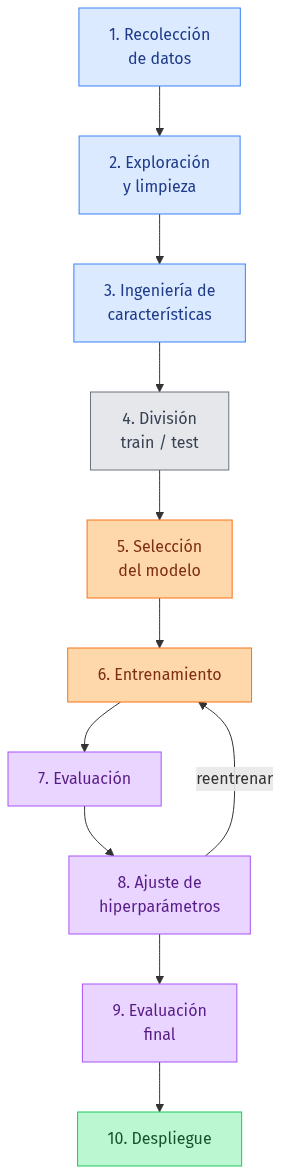
This is book/_static/generated/diagrams_pdf/es/00_fundamentos_02_conceptos_fundamentales_01.png from dmjimenezbravo/ml-teachbook-usal, a Mermaid export, as it was before one commit. Its source is kept beside it as diagram_sources/es/00_fundamentos_02_conceptos_fundamentales_01.mermaid.
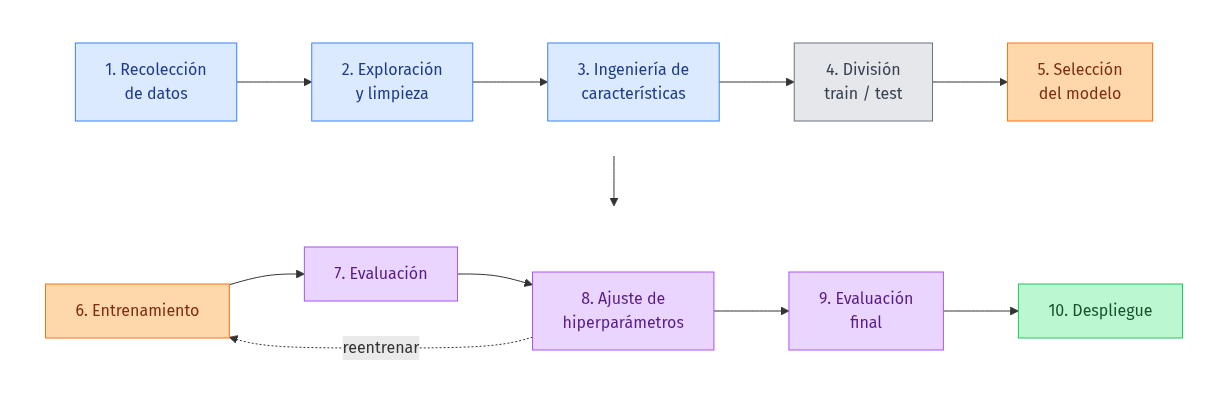
Later version of the same file.

What changed in the source:
```diff
@@ -1,14 +1,22 @@
-flowchart TD
-    A["1. Recolección<br/>de datos"] --> B["2. Exploración<br/>y limpieza"]
-    B --> C["3. Ingeniería de<br/>características"]
-    C --> D["4. División<br/>train / test"]
-    D --> E["5. Selección<br/>del modelo"]
-    E --> F["6. Entrenamiento"]
-    F --> G["7. Evaluación"]
-    G --> H["8. Ajuste de<br/>hiperparámetros"]
-    H -->|reentrenar| F
-    H --> I["9. Evaluación<br/>final"]
-    I --> J["10. Despliegue"]
+flowchart TB
+    subgraph FILA1[" "]
+        direction LR
+        A["1. Recolección<br/>de datos"] --> B["2. Exploración<br/>y limpieza"]
+        B --> C["3. Ingeniería de<br/>características"]
+        C --> D["4. División<br/>train / test"]
+        D --> E["5. Selección<br/>del modelo"]
+    end
+
+    subgraph FILA2[" "]
+        direction LR
+        F["6. Entrenamiento"] --> G["7. Evaluación"]
+        G --> H["8. Ajuste de<br/>hiperparámetros"]
+        H --> I["9. Evaluación<br/>final"]
+        I --> J["10. Despliegue"]
+    end
+
+    E --> F
+    H -.->|reentrenar| F
 
     classDef data fill:#dbeafe,stroke:#3b82f6,color:#1e3a8a
     classDef split fill:#e5e7eb,stroke:#6b7280,color:#374151
@@ -21,3 +29,6 @@
     class E,F model
     class G,H,I eval
     class J deploy
+
+    style FILA1 fill:none,stroke:none
+    style FILA2 fill:none,stroke:none
```
